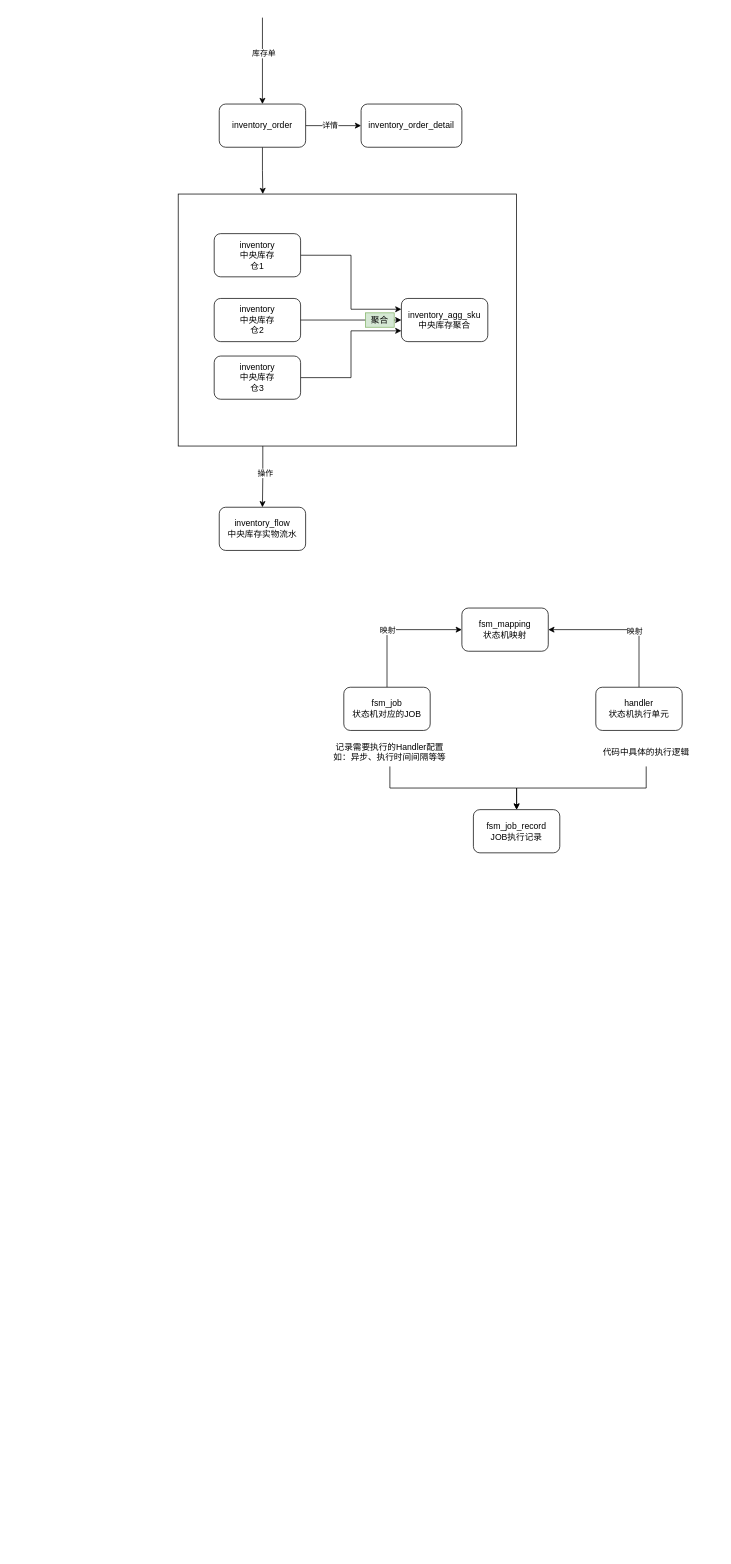
Earlier version of the draw.io diagram CIS表结构关系图.drawio (yz19930826/pics). Source tidied: cells renumbered, new cells numbered last; positions are measured from the earlier drawing's top-left corner, leaving out a move shared by most shapes. Both pictures are drawn from the tidied source at 72%, with x=0, y=0 at pixel (178, 17).
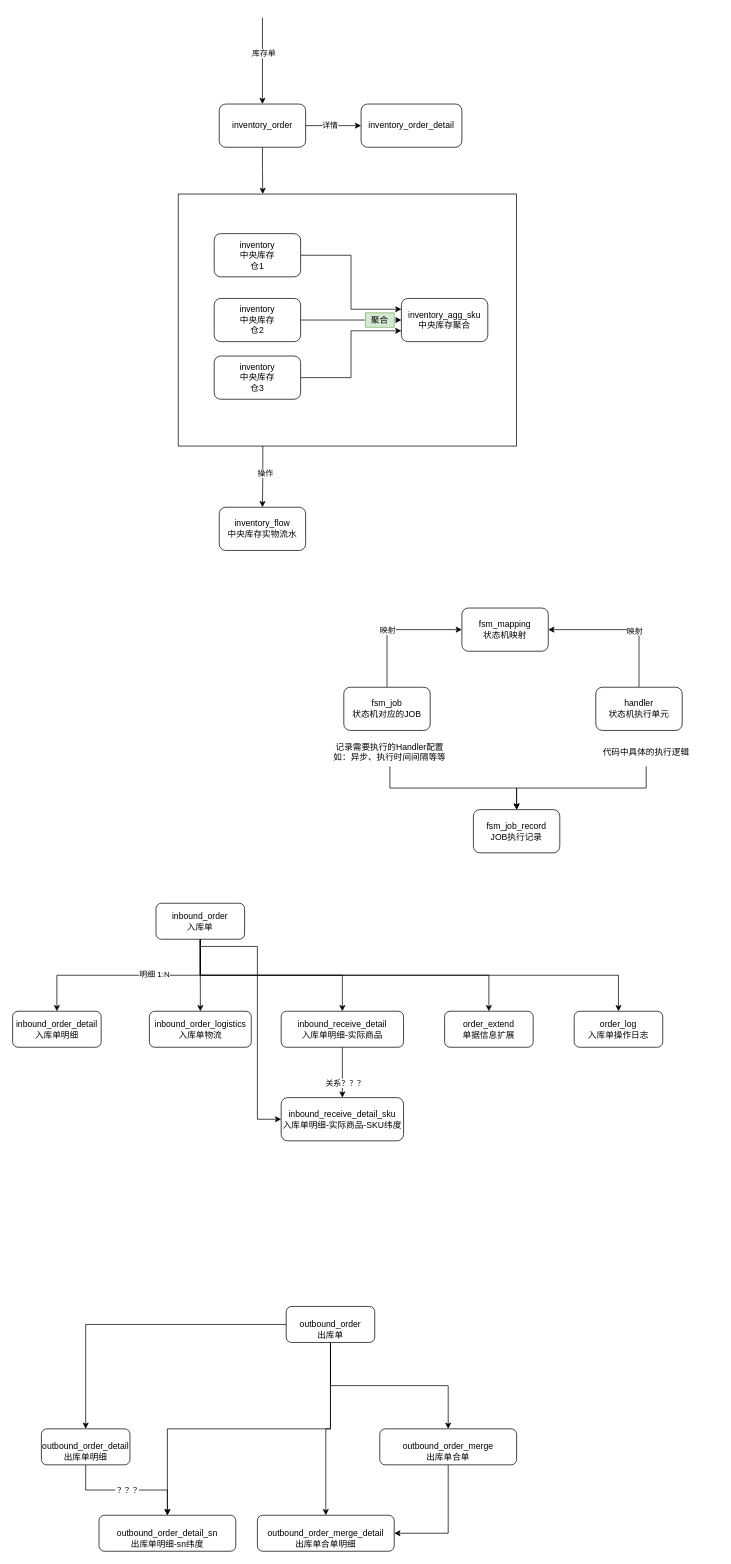
Above is the later version.

Commit message (it also covers changes not shown here):
Update CIS表结构关系图.drawio

What changed in the source:
```diff
@@
+    <mxCell id="33" style="edgeStyle=orthogonalEdgeStyle;rounded=0;jettySize=auto;html=1;exitX=0.5;exitY=1;exitDx=0;exitDy=0;entryX=0.5;entryY=0;entryDx=0;entryDy=0;" parent="1" edge="1" source="40" target="41">
+      <mxGeometry relative="1" as="geometry" />
+    </mxCell>
+    <mxCell id="34" value="明细 1:N" style="edgeLabel;html=1;align=center;verticalAlign=middle;" parent="33" vertex="1">
+      <mxGeometry x="-0.24" y="-2" relative="1" as="geometry" />
+    </mxCell>
+    <mxCell id="35" style="edgeStyle=orthogonalEdgeStyle;rounded=0;jettySize=auto;html=1;exitX=0.5;exitY=1;exitDx=0;exitDy=0;" parent="1" edge="1" source="40" target="42">
+      <mxGeometry relative="1" as="geometry" />
+    </mxCell>
+    <mxCell id="36" style="edgeStyle=orthogonalEdgeStyle;rounded=0;jettySize=auto;html=1;exitX=0.5;exitY=1;exitDx=0;exitDy=0;" parent="1" edge="1" source="40" target="45">
+      <mxGeometry relative="1" as="geometry" />
+    </mxCell>
+    <mxCell id="37" style="edgeStyle=orthogonalEdgeStyle;rounded=0;jettySize=auto;html=1;exitX=0.5;exitY=1;exitDx=0;exitDy=0;entryX=0;entryY=0.5;entryDx=0;entryDy=0;" parent="1" edge="1" source="40" target="46">
+      <mxGeometry relative="1" as="geometry">
+        <Array as="points">
+          <mxPoint x="110" y="1290" />
+          <mxPoint x="110" y="1530" />
+        </Array>
+      </mxGeometry>
+    </mxCell>
+    <mxCell id="38" style="edgeStyle=orthogonalEdgeStyle;rounded=0;jettySize=auto;html=1;exitX=0.5;exitY=1;exitDx=0;exitDy=0;" parent="1" edge="1" source="40" target="47">
+      <mxGeometry relative="1" as="geometry" />
+    </mxCell>
+    <mxCell id="39" style="edgeStyle=orthogonalEdgeStyle;rounded=0;jettySize=auto;html=1;exitX=0.5;exitY=1;exitDx=0;exitDy=0;entryX=0.5;entryY=0;entryDx=0;entryDy=0;" parent="1" edge="1" source="40" target="48">
+      <mxGeometry relative="1" as="geometry" />
+    </mxCell>
+    <mxCell id="40" value="inbound_order&lt;br&gt;入库单" style="rounded=1;whiteSpace=wrap;html=1;shadow=0;" parent="1" vertex="1">
+      <mxGeometry x="-30.8" y="1230" width="123" height="50" as="geometry" />
+    </mxCell>
+    <mxCell id="41" value="inbound_order_detail&lt;br&gt;入库单明细" style="rounded=1;whiteSpace=wrap;html=1;shadow=0;" parent="1" vertex="1">
+      <mxGeometry x="-230" y="1380" width="123" height="50" as="geometry" />
+    </mxCell>
+    <mxCell id="42" value="inbound_order_logistics&lt;br&gt;入库单物流" style="rounded=1;whiteSpace=wrap;html=1;shadow=0;" parent="1" vertex="1">
+      <mxGeometry x="-40" y="1380" width="141.5" height="50" as="geometry" />
+    </mxCell>
+    <mxCell id="43" style="edgeStyle=orthogonalEdgeStyle;rounded=0;jettySize=auto;html=1;exitX=0.5;exitY=1;exitDx=0;exitDy=0;" parent="1" edge="1" source="45" target="46">
+      <mxGeometry relative="1" as="geometry" />
+    </mxCell>
+    <mxCell id="44" value="关系？？？" style="edgeLabel;html=1;align=center;verticalAlign=middle;" parent="43" vertex="1">
+      <mxGeometry x="0.4" y="3" relative="1" as="geometry" />
+    </mxCell>
+    <mxCell id="45" value="inbound_receive_detail&lt;br&gt;入库单明细-实际商品" style="rounded=1;whiteSpace=wrap;html=1;shadow=0;" parent="1" vertex="1">
+      <mxGeometry x="143" y="1380" width="170" height="50" as="geometry" />
+    </mxCell>
+    <mxCell id="46" value="inbound_receive_detail_sku&lt;br&gt;入库单明细-实际商品-SKU纬度" style="rounded=1;whiteSpace=wrap;html=1;shadow=0;" parent="1" vertex="1">
+      <mxGeometry x="143" y="1500" width="170" height="60" as="geometry" />
+    </mxCell>
+    <mxCell id="47" value="order_extend&lt;br&gt;单据信息扩展" style="rounded=1;whiteSpace=wrap;html=1;shadow=0;" parent="1" vertex="1">
+      <mxGeometry x="370" y="1380" width="123" height="50" as="geometry" />
+    </mxCell>
+    <mxCell id="48" value="order_log&lt;br&gt;入库单操作日志" style="rounded=1;whiteSpace=wrap;html=1;shadow=0;" parent="1" vertex="1">
+      <mxGeometry x="550" y="1380" width="123" height="50" as="geometry" />
+    </mxCell>
+    <mxCell id="49" style="edgeStyle=orthogonalEdgeStyle;rounded=0;jettySize=auto;html=1;exitX=0;exitY=0.5;exitDx=0;exitDy=0;entryX=0.5;entryY=0;entryDx=0;entryDy=0;" parent="1" edge="1" source="53" target="55">
+      <mxGeometry relative="1" as="geometry" />
+    </mxCell>
+    <mxCell id="50" style="rounded=0;sketch=0;jettySize=auto;html=1;exitX=0.5;exitY=1;exitDx=0;exitDy=0;edgeStyle=orthogonalEdgeStyle;" parent="1" edge="1" source="53" target="56">
+      <mxGeometry relative="1" as="geometry" />
+    </mxCell>
+    <mxCell id="51" style="edgeStyle=orthogonalEdgeStyle;rounded=0;sketch=0;jettySize=auto;html=1;exitX=0.5;exitY=1;exitDx=0;exitDy=0;strokeColor=#000000;" parent="1" edge="1" source="53" target="58">
+      <mxGeometry relative="1" as="geometry" />
+    </mxCell>
+    <mxCell id="52" style="edgeStyle=orthogonalEdgeStyle;rounded=0;sketch=0;jettySize=auto;html=1;exitX=0.5;exitY=1;exitDx=0;exitDy=0;entryX=0.5;entryY=0;entryDx=0;entryDy=0;strokeColor=#000000;" parent="1" edge="1" source="53" target="59">
+      <mxGeometry relative="1" as="geometry" />
+    </mxCell>
+    <mxCell id="53" value="&lt;br&gt;outbound_order&lt;br&gt;出库单" style="rounded=1;whiteSpace=wrap;html=1;shadow=0;" parent="1" vertex="1">
+      <mxGeometry x="150" y="1790" width="123" height="50" as="geometry" />
+    </mxCell>
+    <mxCell id="54" value="？？？" style="edgeStyle=orthogonalEdgeStyle;rounded=0;sketch=0;jettySize=auto;html=1;exitX=0.5;exitY=1;exitDx=0;exitDy=0;strokeColor=#000000;" parent="1" edge="1" source="55" target="56">
+      <mxGeometry relative="1" as="geometry" />
+    </mxCell>
+    <mxCell id="55" value="&lt;br&gt;outbound_order_detail&lt;br&gt;出库单明细" style="rounded=1;whiteSpace=wrap;html=1;shadow=0;" parent="1" vertex="1">
+      <mxGeometry x="-190" y="1960" width="123" height="50" as="geometry" />
+    </mxCell>
+    <mxCell id="56" value="&lt;br&gt;outbound_order_detail_sn&lt;br&gt;出库单明细-sn纬度" style="rounded=1;whiteSpace=wrap;html=1;shadow=0;" parent="1" vertex="1">
+      <mxGeometry x="-110" y="2080" width="190" height="50" as="geometry" />
+    </mxCell>
+    <mxCell id="57" style="edgeStyle=orthogonalEdgeStyle;rounded=0;sketch=0;jettySize=auto;html=1;entryX=1;entryY=0.5;entryDx=0;entryDy=0;strokeColor=#000000;" parent="1" edge="1" source="58" target="59">
+      <mxGeometry relative="1" as="geometry" />
+    </mxCell>
+    <mxCell id="58" value="&lt;br&gt;outbound_order_merge&lt;br&gt;出库单合单" style="rounded=1;whiteSpace=wrap;html=1;shadow=0;" parent="1" vertex="1">
+      <mxGeometry x="280" y="1960" width="190" height="50" as="geometry" />
+    </mxCell>
+    <mxCell id="59" value="&lt;br&gt;outbound_order_merge_detail&lt;br&gt;出库单合单明细" style="rounded=1;whiteSpace=wrap;html=1;shadow=0;" parent="1" vertex="1">
+      <mxGeometry x="110" y="2080" width="190" height="50" as="geometry" />
+    </mxCell>
```
